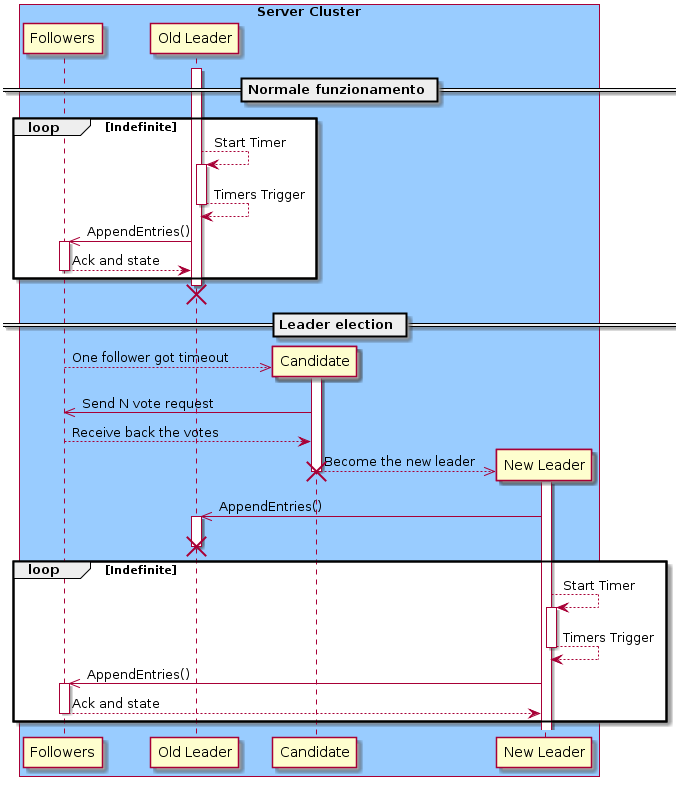
Above: doc/plantuml/rendered/seqDiagrams/LeaderElection.png in thedevstone/akka-raft (PlantUML), before the change.
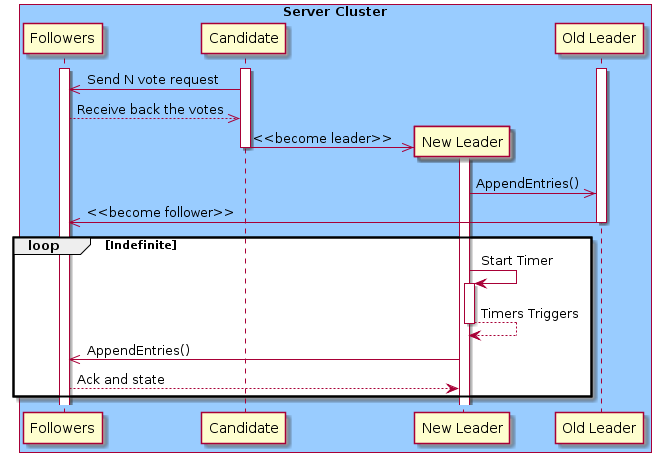
Above is the later version.

The edit, as a diff of the source:
```diff
@@ -1,41 +1,29 @@
 @startuml
 box "Server Cluster" #99CCFF
     participant "Followers" as Followers
-    participant "Old Leader" as OldLeader
     participant "Candidate" as Candidate
     participant "New Leader" as Leader
+    participant "Old Leader" as OldLeader
+
   activate OldLeader
+  activate Followers
+  activate Candidate
 
-  == Normale funzionamento ==
-  loop Indefinite
-    OldLeader --> OldLeader ++ : Start Timer
-    return Timers Trigger
-    OldLeader ->> Followers : AppendEntries()
-    activate Followers
-    Followers --> OldLeader : Ack and state
-    deactivate Followers
-  end group
-    destroy OldLeader
-  == Leader election ==
-  Followers -->> Candidate ** : One follower got timeout
-  activate Candidate
   Candidate ->> Followers : Send N vote request
-  Followers --> Candidate : Receive back the votes
+  Followers -->> Candidate : Receive back the votes
 
-  Candidate -->> Leader ** : Become the new leader
+  Candidate ->> Leader ** : <<become leader>>
   activate Leader
   deactivate Candidate
-  destroy Candidate
   Leader ->> OldLeader : AppendEntries()
-  activate OldLeader
-  destroy OldLeader
+  OldLeader ->> Followers: <<become follower>>
+  deactivate OldLeader
+
   loop Indefinite
-    Leader --> Leader ++ : Start Timer
-    return Timers Trigger
+    Leader -> Leader ++ : Start Timer
+    return Timers Triggers
     Leader ->> Followers : AppendEntries()
-    activate Followers
     Followers --> Leader : Ack and state
-    deactivate Followers
   end group
 end box
 @enduml
```
